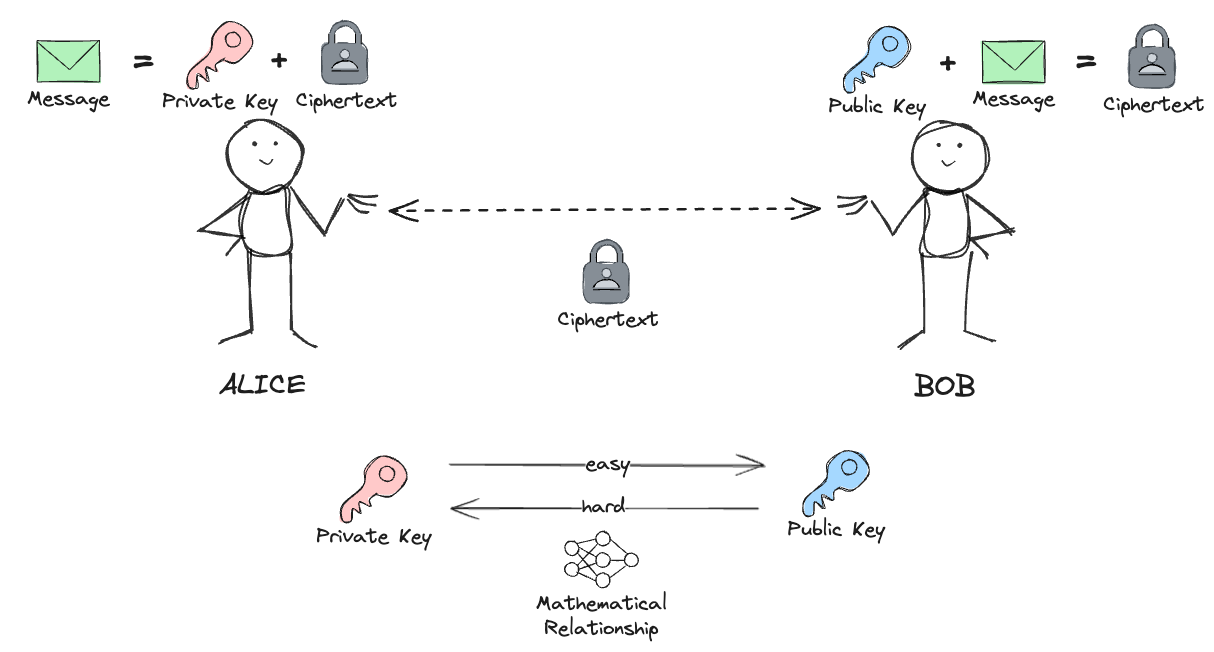
Earlier version of the Excalidraw export ndclondon-2025/graphics/asymmetric.excalidraw.png (filipw/filipw.github.io). Source tidied: one line per element, renumbered; positions are measured from the earlier drawing's top-left corner, leaving out a move shared by most shapes.
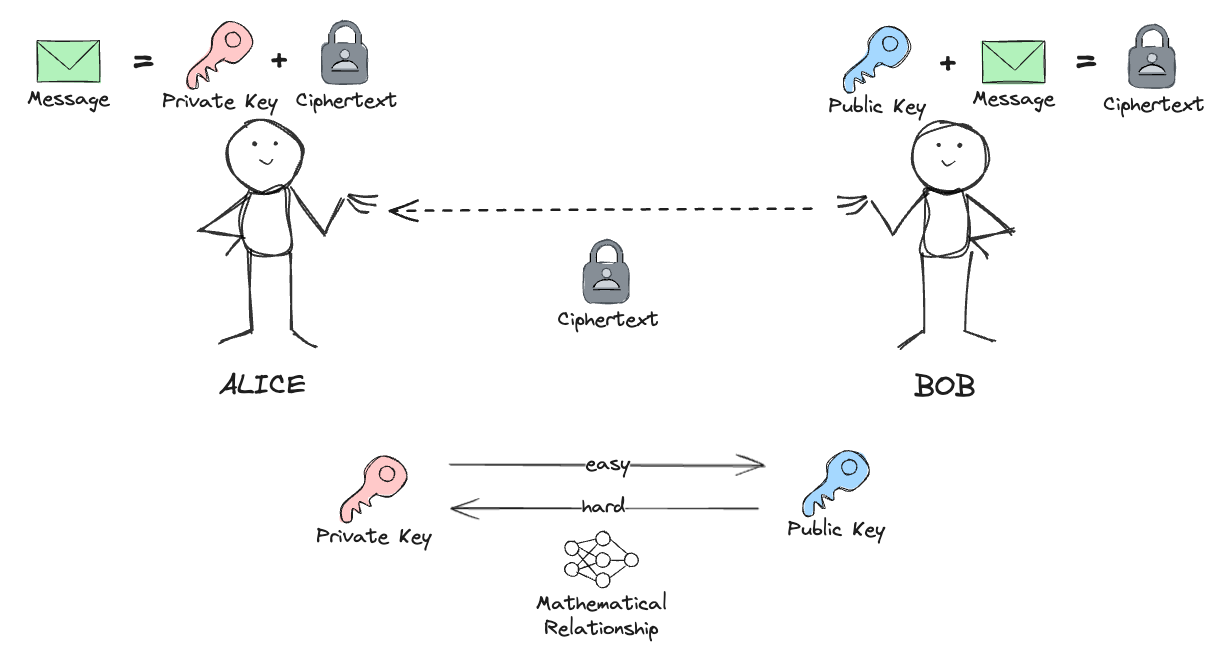
The same file after the commit.

The edit, as a diff of the source:
```diff
@@ -59,7 +59,7 @@
 {"id": 58, "type": "line", "strokeColor": "#1e1e1e", "backgroundColor": "#a5d8ff", "fillStyle": "solid", "strokeWidth": 1, "roughness": 1, "round": true, "x": 871, "y": 54, "width": 64, "height": 65, "points": [[0, 0], [14, 2], [28, -15], [21, -32], [4, -37], [-11, -24], [-14, -7], [-35, 12], [-36, 27], [-27, 28], [-26, 15], [-17, 20], [-19, 9], [-7, 12], [-7, 5], [0, 0]]}
 {"id": 59, "type": "ellipse", "strokeColor": "#1e1e1e", "backgroundColor": "#a5d8ff", "fillStyle": "solid", "strokeWidth": 1, "roughness": 1, "round": true, "x": 873, "y": 26, "width": 15, "height": 15}
 {"id": 60, "type": "text", "text": "Public Key", "strokeColor": "#1e1e1e", "backgroundColor": "#a5d8ff", "fillStyle": "solid", "strokeWidth": 1, "roughness": 1, "fontSize": 20, "fontFamily": 1, "textAlign": "center", "x": 819, "y": 85, "width": 97, "height": 25}
-{"id": 61, "type": "arrow", "strokeColor": "#1e1e1e", "strokeWidth": 2, "strokeStyle": "dashed", "roughness": 1, "startArrowhead": "arrow", "endArrowhead": "arrow", "round": true, "x": 380, "y": 202, "width": 430, "height": 3, "points": [[0, 0], [430, -3]]}
+{"id": 61, "type": "arrow", "strokeColor": "#1e1e1e", "strokeWidth": 2, "strokeStyle": "dashed", "roughness": 1, "startArrowhead": "arrow", "round": true, "x": 380, "y": 202, "width": 430, "height": 3, "points": [[0, 0], [430, -3]]}
 {"id": 62, "type": "ellipse", "strokeColor": "#495057", "backgroundColor": "#868e96", "fillStyle": "solid", "strokeWidth": 1, "roughness": 1, "round": true, "x": 1127, "y": 15, "width": 32, "height": 32}
 {"id": 63, "type": "ellipse", "strokeColor": "#495057", "backgroundColor": "#ffffff", "fillStyle": "solid", "strokeWidth": 1, "roughness": 1, "round": true, "x": 1132, "y": 19, "width": 22, "height": 22}
 {"id": 64, "type": "rectangle", "strokeColor": "#495057", "backgroundColor": "#868e96", "fillStyle": "solid", "strokeWidth": 1, "roughness": 1, "round": true, "x": 1119, "y": 37, "width": 46, "height": 41}
```
